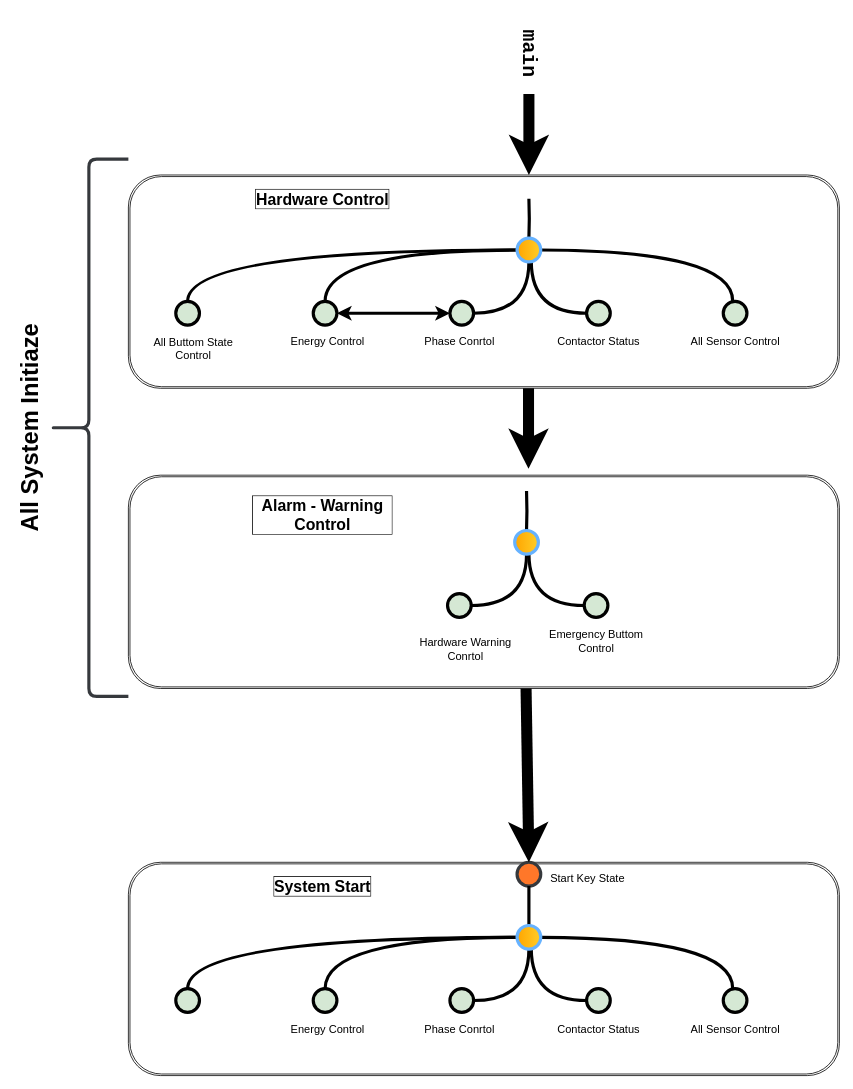
This is Başlıksız Diyagram.drawio from kenann/PLC-Flow, a draw.io file, before an edit. Source tidied: cells renumbered, new cells numbered last; positions are measured from the earlier drawing's top-left corner, leaving out a move shared by most shapes. Both pictures are drawn from the tidied source at 79%, with x=0, y=0 at pixel (-77, 32).
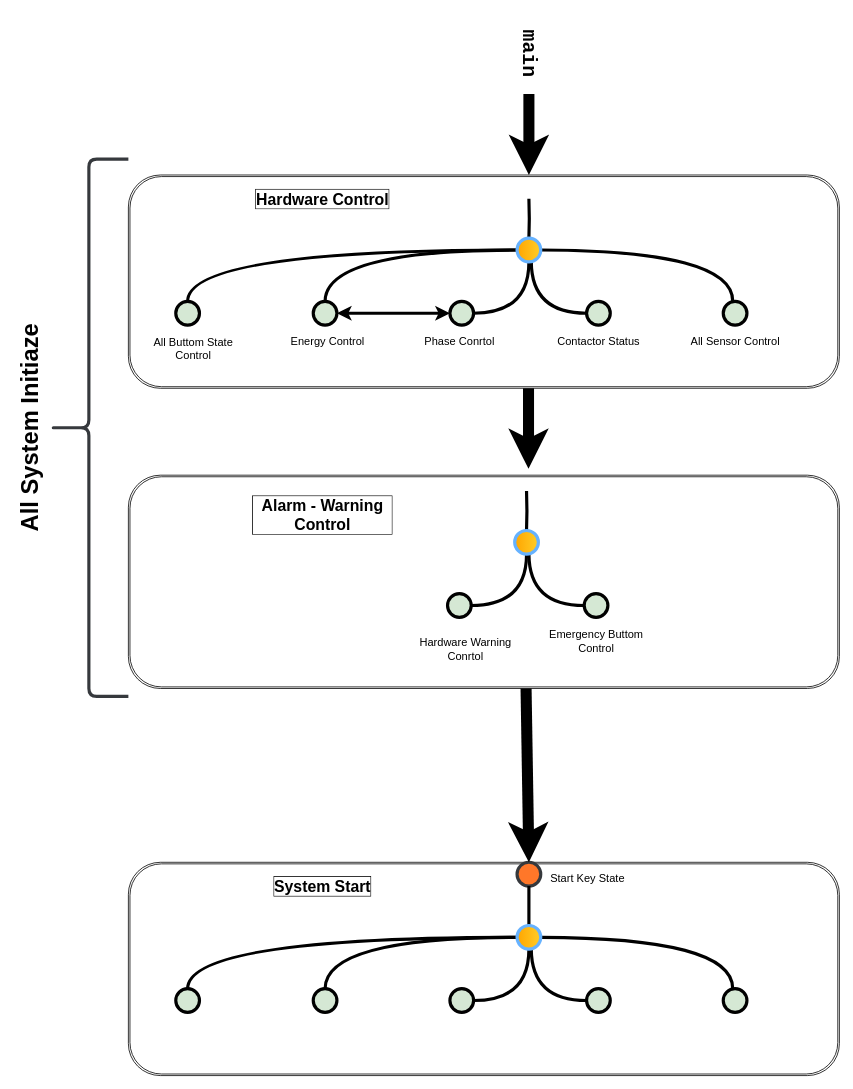
The same diagram, later.

Commit message:
System start

Diff of the diagram source:
```diff
@@
-    <mxCell id="49" value="Energy Control" style="text;html=1;strokeColor=none;fillColor=none;align=center;verticalAlign=middle;whiteSpace=wrap;overflow=hidden;fontSize=14;rotation=0;" parent="1" vertex="1">
-      <mxGeometry x="450" y="1250" width="125" height="20" as="geometry" />
-    </mxCell>
-    <mxCell id="50" value="Phase Conrtol" style="text;html=1;strokeColor=none;fillColor=none;align=center;verticalAlign=middle;whiteSpace=wrap;overflow=hidden;fontSize=14;rotation=0;" parent="1" vertex="1">
-      <mxGeometry x="617" y="1250" width="125" height="20" as="geometry" />
-    </mxCell>
-    <mxCell id="51" value="Contactor Status" style="text;html=1;strokeColor=none;fillColor=none;align=center;verticalAlign=middle;whiteSpace=wrap;overflow=hidden;fontSize=14;rotation=0;" parent="1" vertex="1">
-      <mxGeometry x="792.5" y="1250" width="125" height="20" as="geometry" />
-    </mxCell>
-    <mxCell id="52" value="All Sensor Control" style="text;html=1;strokeColor=none;fillColor=none;align=center;verticalAlign=middle;whiteSpace=wrap;overflow=hidden;fontSize=14;rotation=0;" parent="1" vertex="1">
-      <mxGeometry x="965.5" y="1250" width="125" height="20" as="geometry" />
-    </mxCell>
```
